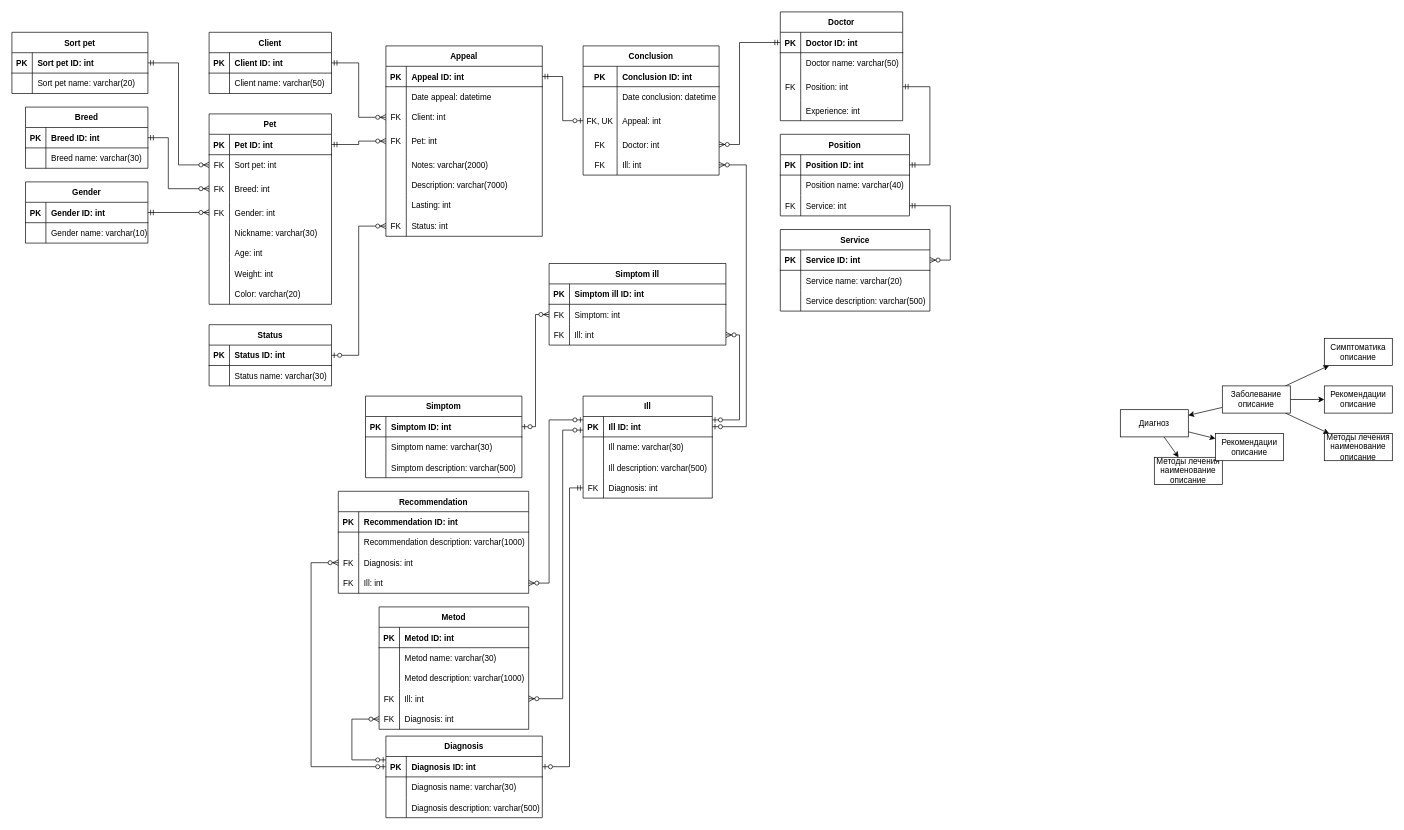
iluxa678/newsait keeps this draw.io diagram as Diagram/ER.drawio. Above is the earlier version. Source tidied: cells renumbered, new cells numbered last; positions are measured from the earlier drawing's top-left corner, leaving out a move shared by most shapes. Both pictures are drawn from the tidied source at 68%, with x=0, y=0 at pixel (12, 12).
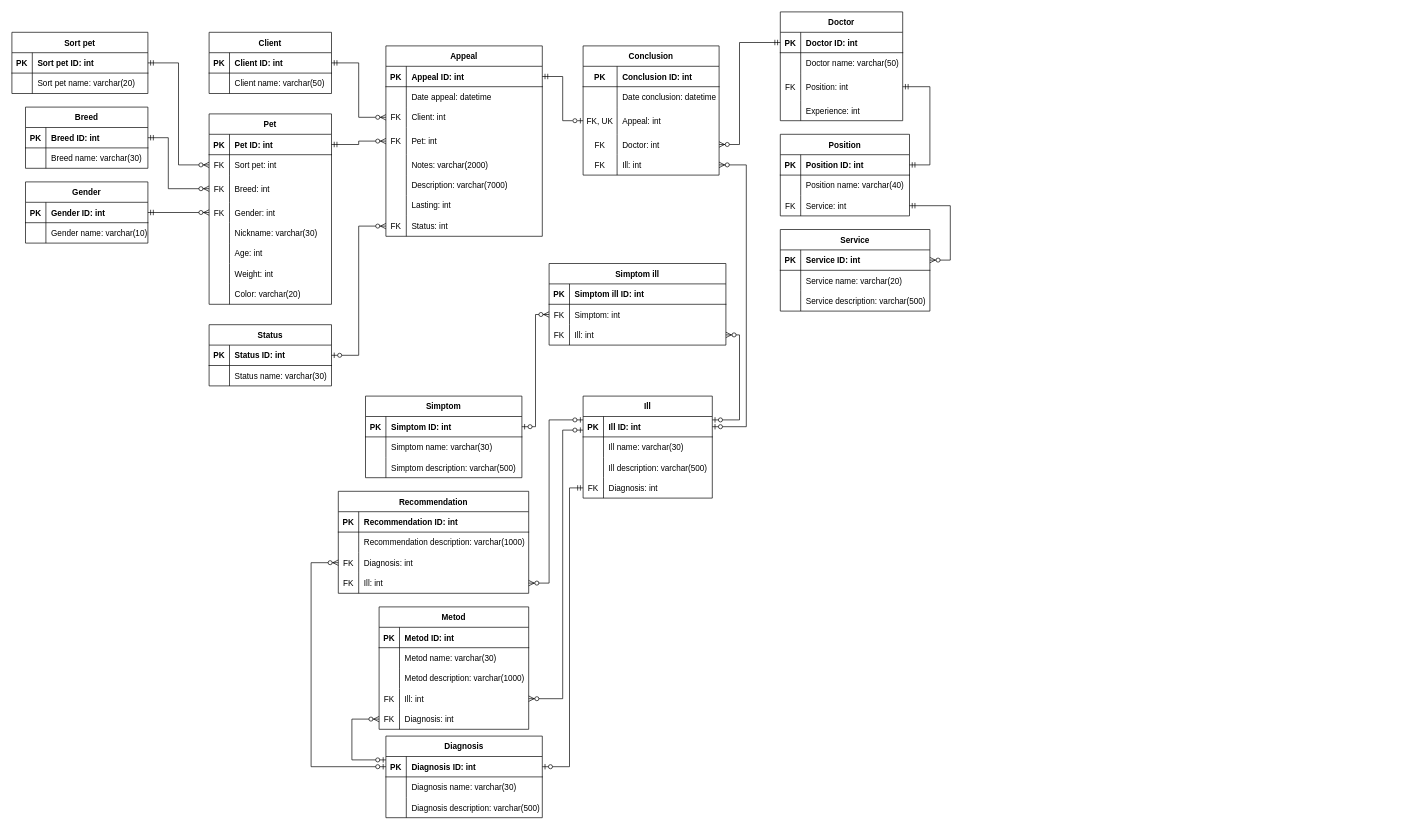
Above is the later version.

Diff of the diagram source:
```diff
@@
-    <mxCell id="146" style="rounded=0;jettySize=auto;html=1;" parent="1" edge="1" source="148" target="149">
-      <mxGeometry relative="1" as="geometry" />
-    </mxCell>
-    <mxCell id="147" style="edgeStyle=none;rounded=0;jettySize=auto;html=1;" parent="1" edge="1" source="148" target="150">
-      <mxGeometry relative="1" as="geometry" />
-    </mxCell>
-    <mxCell id="148" value="Диагноз" style="whiteSpace=wrap;html=1;align=center;" parent="1" vertex="1">
-      <mxGeometry x="1630" y="585" width="100" height="40" as="geometry" />
-    </mxCell>
-    <mxCell id="149" value="Методы лечения&lt;br&gt;наименование&lt;br&gt;описание" style="whiteSpace=wrap;html=1;align=center;" parent="1" vertex="1">
-      <mxGeometry x="1680" y="655" width="100" height="40" as="geometry" />
-    </mxCell>
-    <mxCell id="150" value="Рекомендации&lt;br&gt;описание" style="whiteSpace=wrap;html=1;align=center;" parent="1" vertex="1">
-      <mxGeometry x="1770" y="620" width="100" height="40" as="geometry" />
-    </mxCell>
-    <mxCell id="151" style="edgeStyle=none;rounded=0;jettySize=auto;html=1;" parent="1" edge="1" source="155" target="148">
-      <mxGeometry relative="1" as="geometry" />
-    </mxCell>
-    <mxCell id="152" style="edgeStyle=none;rounded=0;jettySize=auto;html=1;" parent="1" edge="1" source="155" target="156">
-      <mxGeometry relative="1" as="geometry" />
-    </mxCell>
-    <mxCell id="153" style="edgeStyle=none;rounded=0;jettySize=auto;html=1;" parent="1" edge="1" source="155" target="158">
-      <mxGeometry relative="1" as="geometry" />
-    </mxCell>
-    <mxCell id="154" style="edgeStyle=none;rounded=0;jettySize=auto;html=1;" parent="1" edge="1" source="155" target="157">
-      <mxGeometry relative="1" as="geometry" />
-    </mxCell>
-    <mxCell id="155" value="Заболевание&lt;br&gt;описание" style="whiteSpace=wrap;html=1;align=center;" parent="1" vertex="1">
-      <mxGeometry x="1780" y="550" width="100" height="40" as="geometry" />
-    </mxCell>
-    <mxCell id="156" value="Симптоматика&lt;br&gt;описание" style="whiteSpace=wrap;html=1;align=center;" parent="1" vertex="1">
-      <mxGeometry x="1930" y="480" width="100" height="40" as="geometry" />
-    </mxCell>
-    <mxCell id="157" value="Методы лечения&lt;br&gt;наименование&lt;br&gt;описание" style="whiteSpace=wrap;html=1;align=center;" parent="1" vertex="1">
-      <mxGeometry x="1930" y="620" width="100" height="40" as="geometry" />
-    </mxCell>
-    <mxCell id="158" value="Рекомендации&lt;br&gt;описание" style="whiteSpace=wrap;html=1;align=center;" parent="1" vertex="1">
-      <mxGeometry x="1930" y="550" width="100" height="40" as="geometry" />
-    </mxCell>
```
